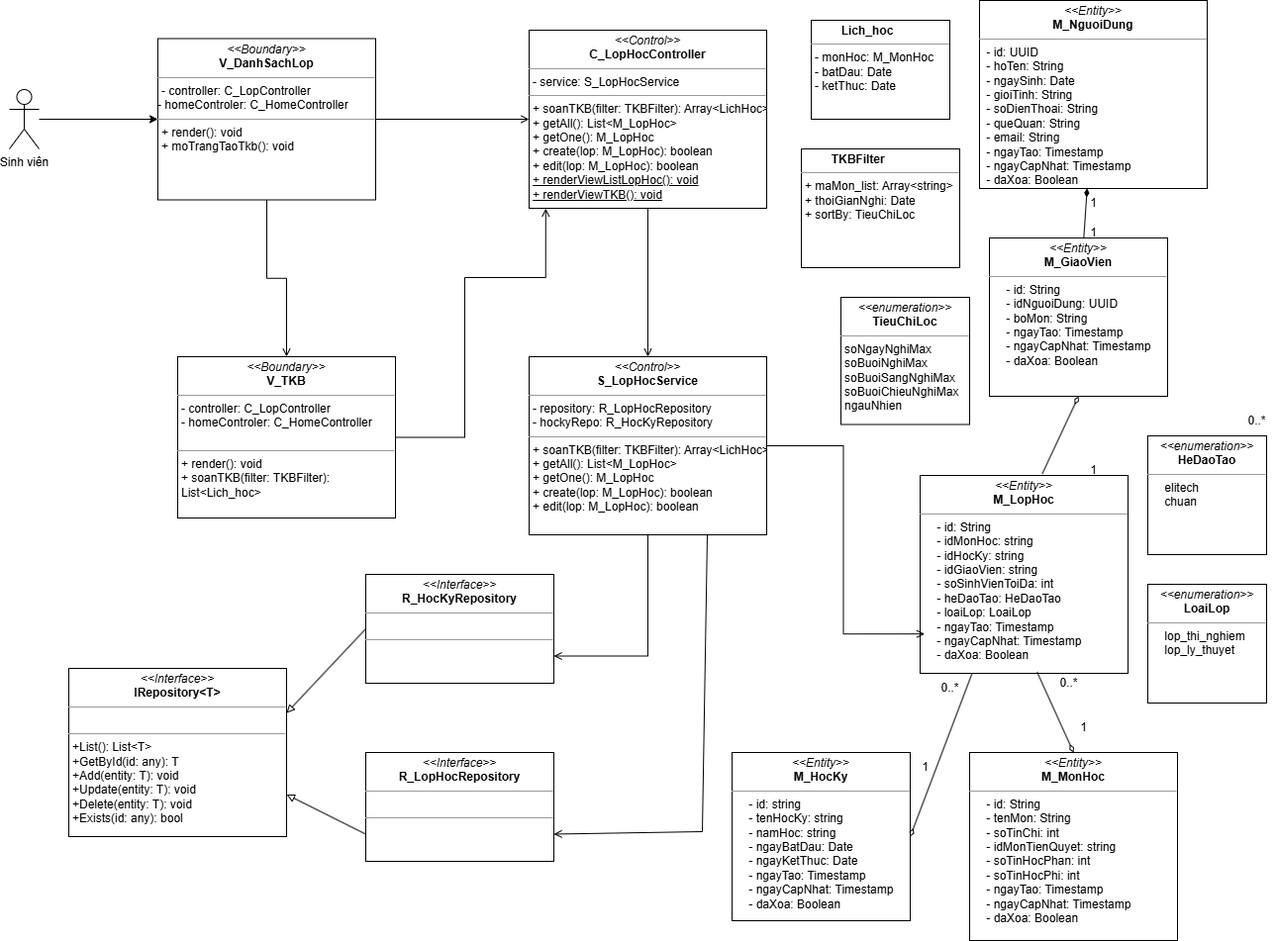
imvietcuongfrvietnam/PTTKHT keeps this draw.io diagram as Class Diagram/Soan_TKB/SoanTKB.drawio.png. Above is the earlier version. Source tidied: cells renumbered, new cells last; positions are measured from the earlier drawing's top-left corner, leaving out a move shared by most shapes.
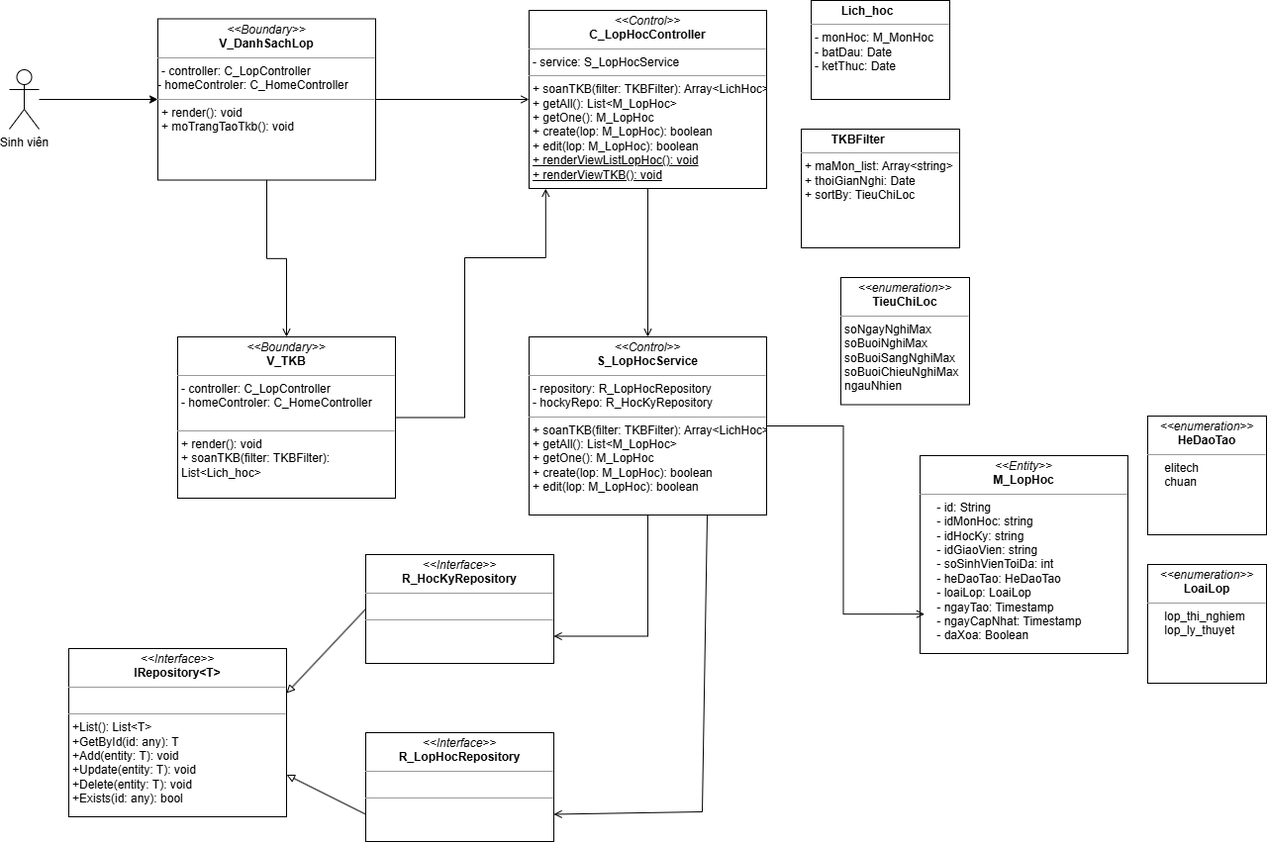
The same diagram one commit later.

The edit, as a diff of the source:
```diff
@@ -17,54 +17,12 @@
     <mxCell id="6" value="&lt;p style=&quot;margin:0px;margin-top:4px;text-align:center;&quot;&gt;&lt;i&gt;&amp;lt;&amp;lt;Entity&amp;gt;&amp;gt;&lt;/i&gt;&lt;br&gt;&lt;b&gt;M_LopHoc&lt;/b&gt;&lt;/p&gt;&lt;hr size=&quot;1&quot;&gt;&lt;p style=&quot;margin:0px;margin-left:4px;&quot;&gt;&amp;nbsp; &amp;nbsp; - id: String&lt;/p&gt;&lt;p style=&quot;margin:0px;margin-left:4px;&quot;&gt;&amp;nbsp; &amp;nbsp; - idMonHoc: string&lt;/p&gt;&lt;p style=&quot;margin:0px;margin-left:4px;&quot;&gt;&amp;nbsp; &amp;nbsp; - idHocKy: string&lt;/p&gt;&lt;p style=&quot;margin:0px;margin-left:4px;&quot;&gt;&amp;nbsp; &amp;nbsp; - idGiaoVien: string&lt;/p&gt;&lt;p style=&quot;margin:0px;margin-left:4px;&quot;&gt;&amp;nbsp; &amp;nbsp; - soSinhVienToiDa: int&lt;/p&gt;&lt;p style=&quot;margin:0px;margin-left:4px;&quot;&gt;&amp;nbsp; &amp;nbsp; - heDaoTao: HeDaoTao&lt;/p&gt;&lt;p style=&quot;margin:0px;margin-left:4px;&quot;&gt;&amp;nbsp; &amp;nbsp; - loaiLop: LoaiLop&lt;/p&gt;&lt;p style=&quot;margin:0px;margin-left:4px;&quot;&gt;&amp;nbsp; &amp;nbsp; - ngayTao: Timestamp&lt;/p&gt;&lt;p style=&quot;margin:0px;margin-left:4px;&quot;&gt;&amp;nbsp; &amp;nbsp; - ngayCapNhat: Timestamp&lt;/p&gt;&lt;p style=&quot;margin:0px;margin-left:4px;&quot;&gt;&amp;nbsp; &amp;nbsp; - daXoa: Boolean&lt;/p&gt;" style="verticalAlign=top;align=left;overflow=fill;fontSize=12;fontFamily=Helvetica;html=1;rounded=0;shadow=0;comic=0;labelBackgroundColor=none;strokeWidth=1;" parent="1" vertex="1">
       <mxGeometry x="920" y="480" width="210" height="200" as="geometry" />
     </mxCell>
-    <mxCell id="7" value="&lt;p style=&quot;margin:0px;margin-top:4px;text-align:center;&quot;&gt;&lt;i&gt;&amp;lt;&amp;lt;Entity&amp;gt;&amp;gt;&lt;/i&gt;&lt;br&gt;&lt;b&gt;M_HocKy&lt;/b&gt;&lt;/p&gt;&lt;hr size=&quot;1&quot;&gt;&lt;p style=&quot;margin:0px;margin-left:4px;&quot;&gt;&amp;nbsp; &amp;nbsp; - id: string&lt;/p&gt;&lt;p style=&quot;margin:0px;margin-left:4px;&quot;&gt;&amp;nbsp; &amp;nbsp; - tenHocKy: string&lt;/p&gt;&lt;p style=&quot;margin:0px;margin-left:4px;&quot;&gt;&amp;nbsp; &amp;nbsp; - namHoc: string&lt;/p&gt;&lt;p style=&quot;margin:0px;margin-left:4px;&quot;&gt;&amp;nbsp; &amp;nbsp; - ngayBatDau: Date&lt;/p&gt;&lt;p style=&quot;margin:0px;margin-left:4px;&quot;&gt;&amp;nbsp; &amp;nbsp; - ngayKetThuc: Date&lt;/p&gt;&lt;p style=&quot;margin:0px;margin-left:4px;&quot;&gt;&amp;nbsp; &amp;nbsp; - ngayTao: Timestamp&lt;/p&gt;&lt;p style=&quot;margin:0px;margin-left:4px;&quot;&gt;&amp;nbsp; &amp;nbsp; - ngayCapNhat: Timestamp&lt;/p&gt;&lt;p style=&quot;margin:0px;margin-left:4px;&quot;&gt;&amp;nbsp; &amp;nbsp; - daXoa: Boolean&lt;/p&gt;" style="verticalAlign=top;align=left;overflow=fill;fontSize=12;fontFamily=Helvetica;html=1;rounded=0;shadow=0;comic=0;labelBackgroundColor=none;strokeWidth=1;" parent="1" vertex="1">
-      <mxGeometry x="730" y="760" width="180" height="170" as="geometry" />
-    </mxCell>
-    <mxCell id="8" value="&lt;p style=&quot;margin:0px;margin-top:4px;text-align:center;&quot;&gt;&lt;i&gt;&amp;lt;&amp;lt;Entity&amp;gt;&amp;gt;&lt;/i&gt;&lt;br&gt;&lt;b&gt;M_GiaoVien&lt;/b&gt;&lt;/p&gt;&lt;hr size=&quot;1&quot;&gt;&lt;p style=&quot;margin:0px;margin-left:4px;&quot;&gt;&amp;nbsp; &amp;nbsp; - id: String&lt;/p&gt;&lt;p style=&quot;margin:0px;margin-left:4px;&quot;&gt;&amp;nbsp; &amp;nbsp; - idNguoiDung: UUID&lt;/p&gt;&lt;p style=&quot;margin:0px;margin-left:4px;&quot;&gt;&amp;nbsp; &amp;nbsp; - boMon: String&lt;/p&gt;&lt;p style=&quot;margin:0px;margin-left:4px;&quot;&gt;&amp;nbsp; &amp;nbsp; - ngayTao: Timestamp&lt;/p&gt;&lt;p style=&quot;margin:0px;margin-left:4px;&quot;&gt;&amp;nbsp; &amp;nbsp; - ngayCapNhat: Timestamp&lt;/p&gt;&lt;p style=&quot;margin:0px;margin-left:4px;&quot;&gt;&amp;nbsp; &amp;nbsp; - daXoa: Boolean&lt;/p&gt;" style="verticalAlign=top;align=left;overflow=fill;fontSize=12;fontFamily=Helvetica;html=1;rounded=0;shadow=0;comic=0;labelBackgroundColor=none;strokeWidth=1;" parent="1" vertex="1">
-      <mxGeometry x="990" y="240" width="180" height="160" as="geometry" />
-    </mxCell>
-    <mxCell id="9" value="&lt;p style=&quot;margin:0px;margin-top:4px;text-align:center;&quot;&gt;&lt;i&gt;&amp;lt;&amp;lt;Entity&amp;gt;&amp;gt;&lt;/i&gt;&lt;br&gt;&lt;b&gt;M_NguoiDung&lt;/b&gt;&lt;/p&gt;&lt;hr size=&quot;1&quot;&gt;&lt;p style=&quot;margin:0px;margin-left:4px;&quot;&gt;&lt;span style=&quot;background-color: transparent;&quot;&gt;&amp;nbsp;- id: UUID&lt;/span&gt;&lt;/p&gt;&lt;p style=&quot;margin:0px;margin-left:4px;&quot;&gt;&amp;nbsp;- hoTen: String&lt;/p&gt;&lt;p style=&quot;margin:0px;margin-left:4px;&quot;&gt;&amp;nbsp;- ngaySinh: Date&lt;/p&gt;&lt;p style=&quot;margin:0px;margin-left:4px;&quot;&gt;&amp;nbsp;- gioiTinh: String&lt;/p&gt;&lt;p style=&quot;margin:0px;margin-left:4px;&quot;&gt;&amp;nbsp;- soDienThoai: String&lt;/p&gt;&lt;p style=&quot;margin:0px;margin-left:4px;&quot;&gt;&amp;nbsp;- queQuan: String&lt;/p&gt;&lt;p style=&quot;margin:0px;margin-left:4px;&quot;&gt;&amp;nbsp;- email: String&lt;/p&gt;&lt;p style=&quot;margin:0px;margin-left:4px;&quot;&gt;&amp;nbsp;- ngayTao: Timestamp&lt;/p&gt;&lt;p style=&quot;margin:0px;margin-left:4px;&quot;&gt;&amp;nbsp;- ngayCapNhat: Timestamp&lt;/p&gt;&lt;p style=&quot;margin:0px;margin-left:4px;&quot;&gt;&amp;nbsp;- daXoa: Boolean&lt;/p&gt;" style="verticalAlign=top;align=left;overflow=fill;fontSize=12;fontFamily=Helvetica;html=1;rounded=0;shadow=0;comic=0;labelBackgroundColor=none;strokeWidth=1;" parent="1" vertex="1">
-      <mxGeometry x="980" width="230" height="190" as="geometry" />
-    </mxCell>
-    <mxCell id="10" style="endArrow=diamondThin;html=1;rounded=0;entryX=0.5;entryY=1;entryDx=0;entryDy=0;endFill=0;exitX=0.588;exitY=-0.009;exitDx=0;exitDy=0;exitPerimeter=0;" parent="1" edge="1" source="6" target="8">
-      <mxGeometry relative="1" as="geometry" />
-    </mxCell>
-    <mxCell id="11" style="endArrow=diamondThin;html=1;rounded=0;endFill=1;" parent="1" edge="1" source="8" target="9">
-      <mxGeometry relative="1" as="geometry" />
-    </mxCell>
     <mxCell id="12" value="&lt;p style=&quot;margin:0px;margin-top:4px;text-align:center;&quot;&gt;&lt;i&gt;&amp;lt;&amp;lt;enumeration&amp;gt;&amp;gt;&lt;/i&gt;&lt;br&gt;&lt;b&gt;LoaiLop&lt;/b&gt;&lt;/p&gt;&lt;hr size=&quot;1&quot;&gt;&lt;p style=&quot;margin:0px;margin-left:4px;&quot;&gt;&amp;nbsp; &amp;nbsp; lop_thi_nghiem&lt;/p&gt;&lt;p style=&quot;margin:0px;margin-left:4px;&quot;&gt;&amp;nbsp; &amp;nbsp; lop_ly_thuyet&lt;/p&gt;" style="verticalAlign=top;align=left;overflow=fill;fontSize=12;fontFamily=Helvetica;html=1;rounded=0;shadow=0;comic=0;labelBackgroundColor=none;strokeWidth=1;" parent="1" vertex="1">
       <mxGeometry x="1150" y="590" width="120" height="120" as="geometry" />
     </mxCell>
     <mxCell id="13" value="&lt;p style=&quot;margin:0px;margin-top:4px;text-align:center;&quot;&gt;&lt;i&gt;&amp;lt;&amp;lt;enumeration&amp;gt;&amp;gt;&lt;/i&gt;&lt;br&gt;&lt;b&gt;HeDaoTao&lt;/b&gt;&lt;/p&gt;&lt;hr size=&quot;1&quot;&gt;&lt;p style=&quot;margin:0px;margin-left:4px;&quot;&gt;&amp;nbsp; &amp;nbsp; elitech&lt;/p&gt;&lt;p style=&quot;margin:0px;margin-left:4px;&quot;&gt;&amp;nbsp; &amp;nbsp; chuan&lt;/p&gt;" style="verticalAlign=top;align=left;overflow=fill;fontSize=12;fontFamily=Helvetica;html=1;rounded=0;shadow=0;comic=0;labelBackgroundColor=none;strokeWidth=1;" parent="1" vertex="1">
       <mxGeometry x="1150" y="440" width="120" height="120" as="geometry" />
     </mxCell>
-    <mxCell id="14" value="0..*" style="text;html=1;align=center;verticalAlign=middle;strokeColor=none;fillColor=none;" parent="1" vertex="1">
-      <mxGeometry x="1240" y="410" width="40" height="30" as="geometry" />
-    </mxCell>
-    <mxCell id="15" value="1" style="text;html=1;align=center;verticalAlign=middle;strokeColor=none;fillColor=none;" parent="1" vertex="1">
-      <mxGeometry x="1080" y="460" width="30" height="30" as="geometry" />
-    </mxCell>
-    <mxCell id="16" value="1" style="text;html=1;align=center;verticalAlign=middle;strokeColor=none;fillColor=none;" parent="1" vertex="1">
-      <mxGeometry x="1080" y="220" width="30" height="30" as="geometry" />
-    </mxCell>
-    <mxCell id="17" value="1" style="text;html=1;align=center;verticalAlign=middle;strokeColor=none;fillColor=none;" parent="1" vertex="1">
-      <mxGeometry x="1080" y="190" width="30" height="30" as="geometry" />
-    </mxCell>
-    <mxCell id="18" value="&lt;p style=&quot;margin:0px;margin-top:4px;text-align:center;&quot;&gt;&lt;i&gt;&amp;lt;&amp;lt;Entity&amp;gt;&amp;gt;&lt;/i&gt;&lt;br&gt;&lt;b&gt;M_MonHoc&lt;/b&gt;&lt;/p&gt;&lt;hr size=&quot;1&quot;&gt;&lt;p style=&quot;margin:0px;margin-left:4px;&quot;&gt;&amp;nbsp; &amp;nbsp; - id: String&lt;/p&gt;&lt;p style=&quot;margin:0px;margin-left:4px;&quot;&gt;&amp;nbsp; &amp;nbsp; - tenMon: String&lt;/p&gt;&lt;p style=&quot;margin:0px;margin-left:4px;&quot;&gt;&amp;nbsp; &amp;nbsp; - soTinChi: int&lt;/p&gt;&lt;p style=&quot;margin:0px;margin-left:4px;&quot;&gt;&amp;nbsp; &amp;nbsp; - idMonTienQuyet: string&lt;/p&gt;&lt;p style=&quot;margin:0px;margin-left:4px;&quot;&gt;&amp;nbsp; &amp;nbsp; - soTinHocPhan: int&lt;/p&gt;&lt;p style=&quot;margin:0px;margin-left:4px;&quot;&gt;&amp;nbsp; &amp;nbsp; - soTinHocPhi: int&lt;/p&gt;&lt;p style=&quot;margin:0px;margin-left:4px;&quot;&gt;&amp;nbsp; &amp;nbsp; - ngayTao: Timestamp&lt;/p&gt;&lt;p style=&quot;margin:0px;margin-left:4px;&quot;&gt;&amp;nbsp; &amp;nbsp; - ngayCapNhat: Timestamp&lt;/p&gt;&lt;p style=&quot;margin:0px;margin-left:4px;&quot;&gt;&amp;nbsp; &amp;nbsp; - daXoa: Boolean&lt;/p&gt;" style="verticalAlign=top;align=left;overflow=fill;fontSize=12;fontFamily=Helvetica;html=1;rounded=0;shadow=0;comic=0;labelBackgroundColor=none;strokeWidth=1;" parent="1" vertex="1">
-      <mxGeometry x="970" y="760" width="210" height="190" as="geometry" />
-    </mxCell>
-    <mxCell id="19" style="endArrow=diamondThin;html=1;rounded=0;entryX=0.5;entryY=0;entryDx=0;entryDy=0;endFill=0;exitX=0.563;exitY=0.994;exitDx=0;exitDy=0;exitPerimeter=0;" parent="1" edge="1" source="6" target="18">
-      <mxGeometry relative="1" as="geometry" />
-    </mxCell>
-    <mxCell id="20" value="1" style="text;html=1;align=center;verticalAlign=middle;strokeColor=none;fillColor=none;" parent="1" vertex="1">
-      <mxGeometry x="1070" y="720" width="30" height="30" as="geometry" />
-    </mxCell>
-    <mxCell id="21" value="0..*" style="text;html=1;align=center;verticalAlign=middle;strokeColor=none;fillColor=none;" parent="1" vertex="1">
-      <mxGeometry x="1050" y="675" width="40" height="30" as="geometry" />
-    </mxCell>
-    <mxCell id="22" style="endArrow=diamondThin;html=1;rounded=0;entryX=1;entryY=0.5;entryDx=0;entryDy=0;endFill=0;exitX=0.25;exitY=1;exitDx=0;exitDy=0;" parent="1" edge="1" source="6" target="7">
-      <mxGeometry relative="1" as="geometry" />
-    </mxCell>
     <mxCell id="23" style="edgeStyle=orthogonalEdgeStyle;rounded=0;jettySize=auto;html=1;entryX=0;entryY=0.5;entryDx=0;entryDy=0;endArrow=open;endFill=0;" parent="1" edge="1" source="25" target="28">
       <mxGeometry relative="1" as="geometry" />
     </mxCell>
@@ -117,12 +75,6 @@
         </Array>
       </mxGeometry>
     </mxCell>
-    <mxCell id="37" value="0..*" style="text;html=1;align=center;verticalAlign=middle;strokeColor=none;fillColor=none;" parent="1" vertex="1">
-      <mxGeometry x="930" y="680" width="40" height="30" as="geometry" />
-    </mxCell>
-    <mxCell id="38" value="1" style="text;html=1;align=center;verticalAlign=middle;strokeColor=none;fillColor=none;" parent="1" vertex="1">
-      <mxGeometry x="910" y="760" width="30" height="30" as="geometry" />
-    </mxCell>
     <mxCell id="39" value="&lt;p style=&quot;margin:0px;margin-top:4px;text-align:center;&quot;&gt;&lt;/p&gt;&lt;p style=&quot;margin:0px;margin-left:4px;&quot;&gt;&lt;span style=&quot;background-color: transparent; color: light-dark(rgb(0, 0, 0), rgb(255, 255, 255));&quot;&gt;&lt;b&gt;&lt;span style=&quot;white-space: pre;&quot;&gt;&#9;&lt;/span&gt;Lich_hoc&lt;/b&gt;&lt;/span&gt;&lt;/p&gt;&lt;hr size=&quot;1&quot;&gt;&lt;p style=&quot;margin:0px;margin-left:4px;&quot;&gt;- monHoc: M_MonHoc&lt;/p&gt;&lt;p style=&quot;margin:0px;margin-left:4px;&quot;&gt;- batDau: Date&lt;/p&gt;&lt;p style=&quot;margin:0px;margin-left:4px;&quot;&gt;- ketThuc: Date&lt;/p&gt;" style="verticalAlign=top;align=left;overflow=fill;fontSize=12;fontFamily=Helvetica;html=1;rounded=0;shadow=0;comic=0;labelBackgroundColor=none;strokeWidth=1;" parent="1" vertex="1">
       <mxGeometry x="810" y="20" width="140" height="100" as="geometry" />
     </mxCell>
```
